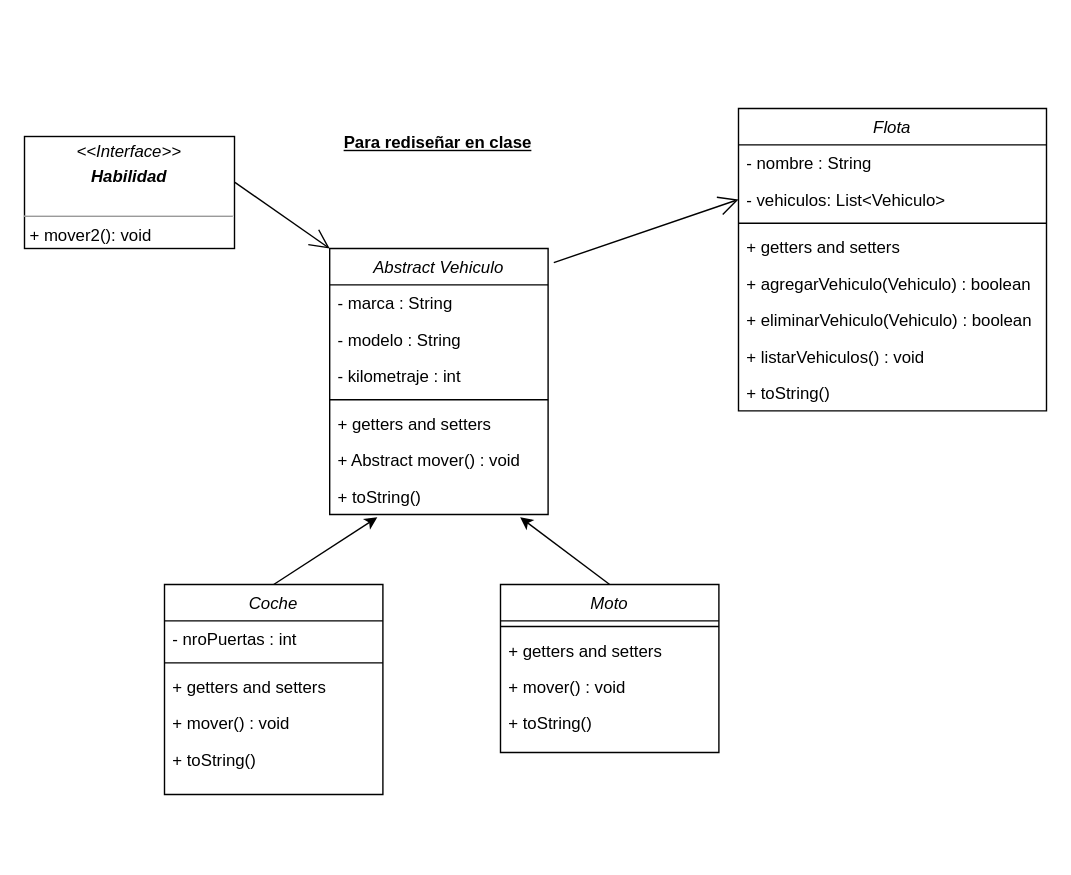
The draw.io diagram src/poo/ejercicios/gestionvehiculos/Escenario Sistema de Gestion de Vehiculos.drawio in pablogiordanog/informatorio2024-java-a, before the edit. Source tidied: cells renumbered, new cells numbered last; positions are measured from the earlier drawing's top-left corner, leaving out a move shared by most shapes. Both pictures are drawn from the tidied source at 140%, with x=0, y=0 at pixel (24, 108).
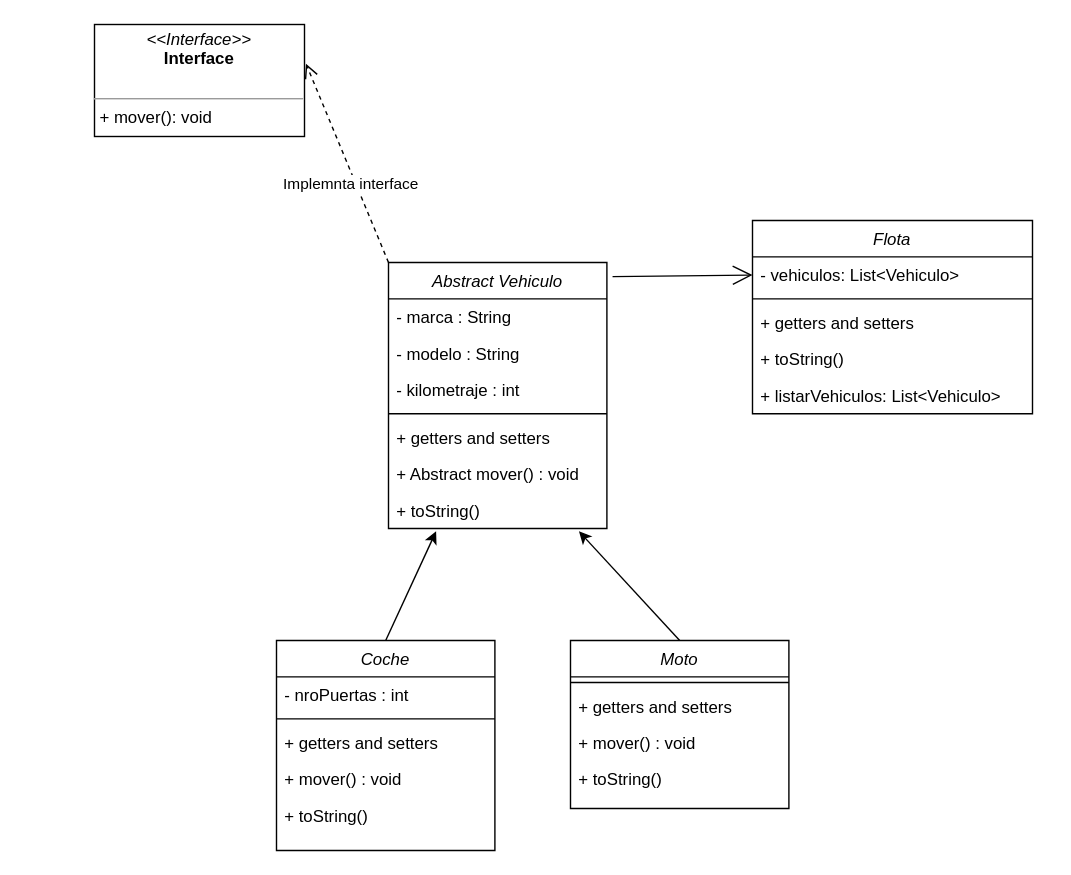
The same page after the edit.

Commit message:
Actualizacion de diagrama

What changed in the source:
```diff
@@
     <mxCell id="2" value="Abstract Vehiculo" style="swimlane;fontStyle=2;align=center;verticalAlign=top;horizontal=1;startSize=26;rounded=0;shadow=0;strokeWidth=1;" parent="1" vertex="1">
-      <mxGeometry x="218" y="100" width="156" height="190" as="geometry" />
+      <mxGeometry x="260" y="110" width="156" height="190" as="geometry" />
     </mxCell>
@@
     <mxCell id="10" value="Coche" style="swimlane;fontStyle=2;align=center;verticalAlign=top;horizontal=1;startSize=26;rounded=0;shadow=0;strokeWidth=1;" parent="1" vertex="1">
-      <mxGeometry x="100" y="340" width="156" height="150" as="geometry" />
+      <mxGeometry x="180" y="380" width="156" height="150" as="geometry" />
     </mxCell>
@@
     <mxCell id="16" value="Moto" style="swimlane;fontStyle=2;align=center;verticalAlign=top;horizontal=1;startSize=26;rounded=0;shadow=0;strokeWidth=1;" parent="1" vertex="1">
-      <mxGeometry x="340" y="340" width="156" height="120" as="geometry" />
+      <mxGeometry x="390" y="380" width="156" height="120" as="geometry" />
     </mxCell>
@@
     <mxCell id="23" value="Flota" style="swimlane;fontStyle=2;align=center;verticalAlign=top;horizontal=1;startSize=26;rounded=0;shadow=0;strokeWidth=1;" parent="1" vertex="1">
-      <mxGeometry x="510" width="220" height="216" as="geometry" />
+      <mxGeometry x="520" y="80" width="200" height="138" as="geometry" />
     </mxCell>
-    <mxCell id="24" value="- nombre : String" style="text;strokeColor=none;fillColor=none;align=left;verticalAlign=top;spacingLeft=4;spacingRight=4;overflow=hidden;whiteSpace=wrap;html=1;" parent="23" vertex="1">
-      <mxGeometry y="26" width="220" height="26" as="geometry" />
-    </mxCell>
     <mxCell id="25" value="- vehiculos: List&amp;lt;Vehiculo&amp;gt;" style="text;strokeColor=none;fillColor=none;align=left;verticalAlign=top;spacingLeft=4;spacingRight=4;overflow=hidden;points=[[0,0.5],[1,0.5]];portConstraint=eastwest;whiteSpace=wrap;html=1;" parent="23" vertex="1">
-      <mxGeometry y="52" width="220" height="26" as="geometry" />
+      <mxGeometry y="26" width="200" height="26" as="geometry" />
     </mxCell>
     <mxCell id="26" style="line;html=1;strokeWidth=1;align=left;verticalAlign=middle;spacingTop=-1;spacingLeft=3;spacingRight=3;labelPosition=right;" parent="23" vertex="1">
-      <mxGeometry y="78" width="220" height="8" as="geometry" />
+      <mxGeometry y="52" width="200" height="8" as="geometry" />
     </mxCell>
     <mxCell id="27" value="+ getters and setters" style="text;align=left;verticalAlign=top;spacingLeft=4;spacingRight=4;overflow=hidden;" parent="23" vertex="1">
-      <mxGeometry y="86" width="220" height="26" as="geometry" />
+      <mxGeometry y="60" width="200" height="26" as="geometry" />
     </mxCell>
-    <mxCell id="28" value="+ agregarVehiculo(Vehiculo) : boolean" style="text;strokeColor=none;fillColor=none;align=left;verticalAlign=top;spacingLeft=4;spacingRight=4;overflow=hidden;whiteSpace=wrap;html=1;" parent="23" vertex="1">
-      <mxGeometry y="112" width="220" height="26" as="geometry" />
-    </mxCell>
-    <mxCell id="29" value="+ eliminarVehiculo(Vehiculo) : boolean" style="text;strokeColor=none;fillColor=none;align=left;verticalAlign=top;spacingLeft=4;spacingRight=4;overflow=hidden;whiteSpace=wrap;html=1;" parent="23" vertex="1">
-      <mxGeometry y="138" width="220" height="26" as="geometry" />
-    </mxCell>
+    <mxCell id="31" value="+ toString()" style="text;align=left;verticalAlign=top;spacingLeft=4;spacingRight=4;overflow=hidden;" parent="23" vertex="1">
+      <mxGeometry y="86" width="200" height="26" as="geometry" />
+    </mxCell>
-    <mxCell id="30" value="+ listarVehiculos() : void" style="text;strokeColor=none;fillColor=none;align=left;verticalAlign=top;spacingLeft=4;spacingRight=4;overflow=hidden;whiteSpace=wrap;html=1;" parent="23" vertex="1">
-      <mxGeometry y="164" width="220" height="26" as="geometry" />
+    <mxCell id="30" value="+ listarVehiculos: List&amp;lt;Vehiculo&amp;gt;" style="text;strokeColor=none;fillColor=none;align=left;verticalAlign=top;spacingLeft=4;spacingRight=4;overflow=hidden;whiteSpace=wrap;html=1;" parent="23" vertex="1">
+      <mxGeometry y="112" width="200" height="26" as="geometry" />
     </mxCell>
-    <mxCell id="31" value="+ toString()" style="text;align=left;verticalAlign=top;spacingLeft=4;spacingRight=4;overflow=hidden;" parent="23" vertex="1">
-      <mxGeometry y="190" width="220" height="26" as="geometry" />
-    </mxCell>
-    <mxCell id="32" value="&lt;p style=&quot;margin:0px;margin-top:4px;text-align:center;&quot;&gt;&lt;i&gt;&amp;lt;&amp;lt;Interface&amp;gt;&amp;gt;&lt;/i&gt;&lt;br&gt;&lt;/p&gt;&lt;p style=&quot;margin:0px;margin-top:4px;text-align:center;&quot;&gt;&lt;i&gt;&lt;b&gt;Habilidad&lt;/b&gt;&lt;/i&gt;&lt;/p&gt;&lt;br&gt;&lt;hr size=&quot;1&quot;&gt;&lt;p style=&quot;margin:0px;margin-left:4px;&quot;&gt;+ mover2(): void&lt;br&gt;&lt;/p&gt;" style="verticalAlign=top;align=left;overflow=fill;html=1;whiteSpace=wrap;" parent="1" vertex="1">
-      <mxGeometry y="20" width="150" height="80" as="geometry" />
+    <mxCell id="32" value="&lt;p style=&quot;margin:0px;margin-top:4px;text-align:center;&quot;&gt;&lt;i&gt;&amp;lt;&amp;lt;Interface&amp;gt;&amp;gt;&lt;/i&gt;&lt;br&gt;&lt;b&gt;Interface&lt;/b&gt;&lt;/p&gt;&lt;br&gt;&lt;hr size=&quot;1&quot;&gt;&lt;p style=&quot;margin:0px;margin-left:4px;&quot;&gt;+ mover(): void&lt;br&gt;&lt;/p&gt;" style="verticalAlign=top;align=left;overflow=fill;html=1;whiteSpace=wrap;" parent="1" vertex="1">
+      <mxGeometry x="50" y="-60" width="150" height="80" as="geometry" />
     </mxCell>
-    <mxCell id="33" style="endArrow=open;endFill=1;endSize=12;html=1;rounded=0;exitX=1.002;exitY=0.41;exitDx=0;exitDy=0;exitPerimeter=0;entryX=0;entryY=0;entryDx=0;entryDy=0;" parent="1" edge="1" source="32" target="2">
-      <mxGeometry relative="1" as="geometry" />
-    </mxCell>
@@
-    <mxCell id="35" value="Para rediseñar en clase" style="text;html=1;align=center;verticalAlign=middle;strokeColor=none;fillColor=none;fontStyle=5;" parent="1" vertex="1">
-      <mxGeometry x="215" y="10" width="160" height="30" as="geometry" />
-    </mxCell>
+    <mxCell id="36" value="&lt;div&gt;&lt;br/&gt;&lt;/div&gt;" style="html=1;verticalAlign=bottom;endArrow=open;dashed=1;endSize=8;curved=0;rounded=0;entryX=1.007;entryY=0.35;entryDx=0;entryDy=0;entryPerimeter=0;exitX=0;exitY=0;exitDx=0;exitDy=0;" parent="1" edge="1" source="2" target="32">
+      <mxGeometry relative="1" as="geometry" />
+    </mxCell>
+    <mxCell id="37" value="Implemnta interface" style="edgeLabel;html=1;align=center;verticalAlign=middle;" parent="36" vertex="1">
+      <mxGeometry x="-0.18" y="4" relative="1" as="geometry" />
+    </mxCell>
```
